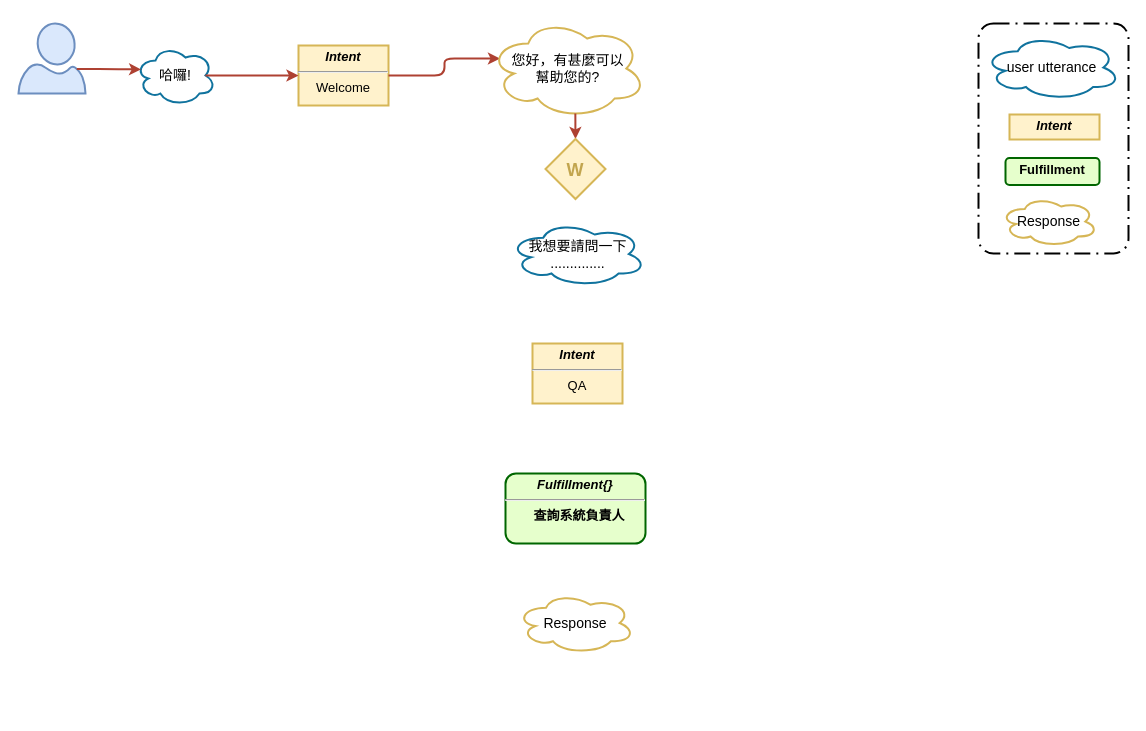
shihxuancheng/qa_bot keeps this draw.io diagram as page "whl_qa" (1 of 4) of resources/assets/qa_bot dialog flow.drawio. Above is the earlier version. Source tidied: cells renumbered, new cells numbered last; positions are measured from the earlier drawing's top-left corner, leaving out a move shared by most shapes. Both pictures are drawn from the tidied source at 100%, with x=0, y=0 at pixel (18, 18).
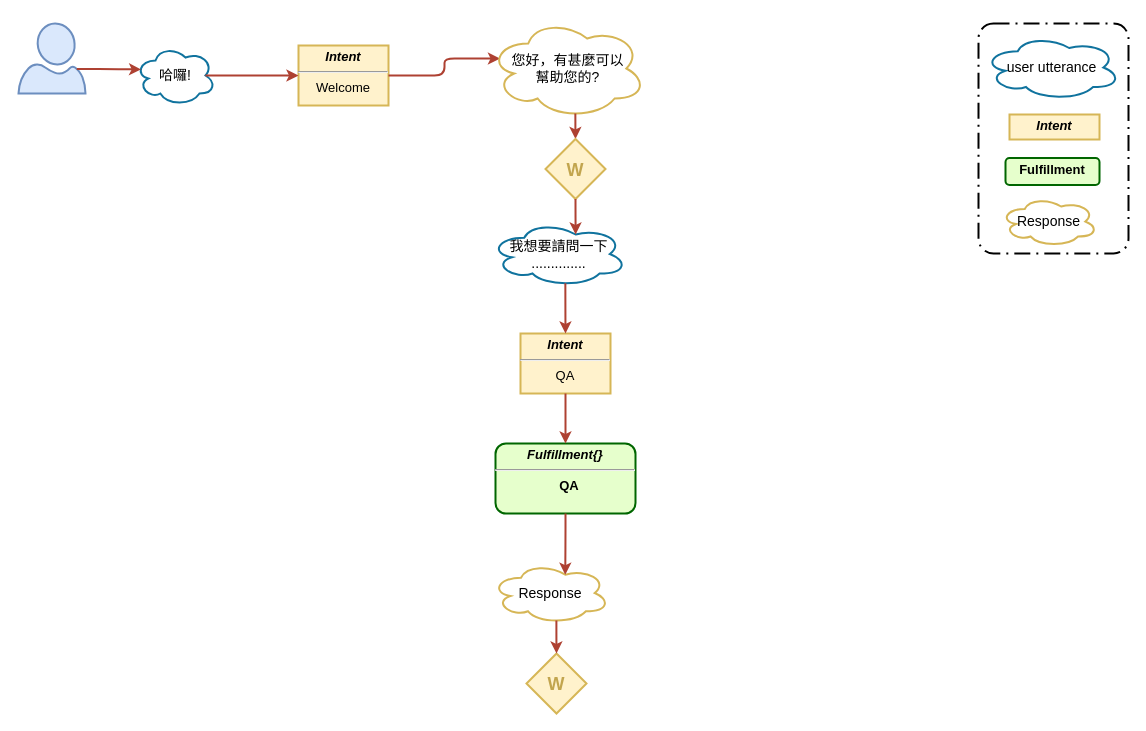
After the change.

Unchanged cells that the change refers to:
```xml
<mxCell id="15" value="&lt;p style=&quot;line-height: 100%; font-size: 18px;&quot;&gt;W&lt;/p&gt;" style="strokeWidth=2;html=1;shape=mxgraph.flowchart.decision;whiteSpace=wrap;shadow=0;fillColor=#fff2cc;fontSize=18;labelBorderColor=none;strokeColor=#d6b656;spacing=0;fontStyle=1;fontColor=#C2A54E;" parent="1" vertex="1">
  <mxGeometry x="527" y="120.5" width="60" height="60" as="geometry" />
</mxCell>
```

Change to the diagram source:
```diff
@@
     <mxCell id="16" value="我想要請問一下&lt;br&gt;.............." style="ellipse;shape=cloud;whiteSpace=wrap;html=1;rounded=0;shadow=0;glass=0;comic=0;strokeColor=#10739e;strokeWidth=2;fillColor=none;fontSize=14;" parent="1" vertex="1">
-      <mxGeometry x="490.5" y="203" width="137" height="65" as="geometry" />
+      <mxGeometry x="471.5" y="203" width="137" height="65" as="geometry" />
     </mxCell>
     <mxCell id="17" value="&lt;p style=&quot;margin: 4px 0px 0px ; font-size: 13px&quot;&gt;&lt;b style=&quot;font-size: 13px&quot;&gt;&lt;i style=&quot;font-size: 13px&quot;&gt;Intent&lt;/i&gt;&lt;/b&gt;&lt;/p&gt;&lt;hr style=&quot;font-size: 13px&quot;&gt;&lt;div style=&quot;height: 2px ; font-size: 13px&quot;&gt;QA&lt;/div&gt;" style="verticalAlign=top;align=center;overflow=fill;fontSize=13;fontFamily=Helvetica;html=1;fillColor=#fff2cc;strokeColor=#d6b656;strokeWidth=2;" parent="1" vertex="1">
-      <mxGeometry x="514" y="325" width="90" height="60" as="geometry" />
+      <mxGeometry x="502" y="315" width="90" height="60" as="geometry" />
     </mxCell>
-    <mxCell id="18" value="&lt;p style=&quot;margin: 4px 0px 0px ; font-size: 13px&quot;&gt;&lt;strong style=&quot;font-size: 13px&quot;&gt;&lt;i&gt;Fulfillment{}&lt;/i&gt;&lt;/strong&gt;&lt;/p&gt;&lt;hr style=&quot;font-size: 13px&quot;&gt;&lt;p style=&quot;margin: 0px 0px 0px 8px ; font-size: 13px&quot;&gt;查詢系統負責人&lt;/p&gt;" style="verticalAlign=middle;align=center;overflow=fill;fontSize=13;fontFamily=Helvetica;html=1;rounded=1;fontStyle=1;strokeWidth=2;fillColor=#E6FFCC;strokeColor=#006600;" parent="1" vertex="1">
-      <mxGeometry x="487" y="455" width="140" height="70" as="geometry" />
+    <mxCell id="18" value="&lt;p style=&quot;margin: 4px 0px 0px ; font-size: 13px&quot;&gt;&lt;strong style=&quot;font-size: 13px&quot;&gt;&lt;i&gt;Fulfillment{}&lt;/i&gt;&lt;/strong&gt;&lt;/p&gt;&lt;hr style=&quot;font-size: 13px&quot;&gt;&lt;p style=&quot;margin: 0px 0px 0px 8px ; font-size: 13px&quot;&gt;QA&lt;/p&gt;" style="verticalAlign=middle;align=center;overflow=fill;fontSize=13;fontFamily=Helvetica;html=1;rounded=1;fontStyle=1;strokeWidth=2;fillColor=#E6FFCC;strokeColor=#006600;" parent="1" vertex="1">
+      <mxGeometry x="477" y="425" width="140" height="70" as="geometry" />
     </mxCell>
     <mxCell id="19" value="Response" style="ellipse;shape=cloud;whiteSpace=wrap;html=1;rounded=0;shadow=0;glass=0;comic=0;strokeColor=#D6B656;strokeWidth=2;fillColor=none;fontSize=14;" parent="1" vertex="1">
-      <mxGeometry x="498" y="574" width="118" height="61" as="geometry" />
+      <mxGeometry x="473" y="544" width="118" height="61" as="geometry" />
     </mxCell>
+    <mxCell id="20" style="strokeColor=#AE4132;strokeWidth=2;exitX=0.5;exitY=1;exitDx=0;exitDy=0;entryX=0.625;entryY=0.2;entryDx=0;entryDy=0;rounded=1;edgeStyle=orthogonalEdgeStyle;fontSize=13;exitPerimeter=0;entryPerimeter=0;" parent="1" edge="1" source="15" target="16">
+      <mxGeometry relative="1" as="geometry" />
+    </mxCell>
+    <mxCell id="21" style="strokeColor=#AE4132;strokeWidth=2;exitX=0.55;exitY=0.95;exitDx=0;exitDy=0;entryX=0.5;entryY=0;entryDx=0;entryDy=0;rounded=1;edgeStyle=orthogonalEdgeStyle;fontSize=13;exitPerimeter=0;" parent="1" edge="1" source="16" target="17">
+      <mxGeometry relative="1" as="geometry" />
+    </mxCell>
+    <mxCell id="22" style="strokeColor=#AE4132;strokeWidth=2;exitX=0.5;exitY=1;exitDx=0;exitDy=0;rounded=1;edgeStyle=orthogonalEdgeStyle;fontSize=13;" parent="1" edge="1" source="17" target="18">
+      <mxGeometry relative="1" as="geometry" />
+    </mxCell>
+    <mxCell id="23" style="strokeColor=#AE4132;strokeWidth=2;exitX=0.5;exitY=1;exitDx=0;exitDy=0;entryX=0.625;entryY=0.2;entryDx=0;entryDy=0;rounded=1;edgeStyle=orthogonalEdgeStyle;fontSize=13;entryPerimeter=0;" parent="1" edge="1" source="18" target="19">
+      <mxGeometry relative="1" as="geometry" />
+    </mxCell>
+    <mxCell id="24" value="&lt;p style=&quot;line-height: 100%; font-size: 18px;&quot;&gt;W&lt;/p&gt;" style="strokeWidth=2;html=1;shape=mxgraph.flowchart.decision;whiteSpace=wrap;shadow=0;fillColor=#fff2cc;fontSize=18;labelBorderColor=none;strokeColor=#d6b656;spacing=0;fontStyle=1;fontColor=#C2A54E;" parent="1" vertex="1">
+      <mxGeometry x="508" y="635" width="60" height="60" as="geometry" />
+    </mxCell>
+    <mxCell id="25" style="strokeColor=#AE4132;strokeWidth=2;exitX=0.55;exitY=0.95;exitDx=0;exitDy=0;entryX=0.5;entryY=0;entryDx=0;entryDy=0;rounded=1;edgeStyle=orthogonalEdgeStyle;fontSize=13;entryPerimeter=0;exitPerimeter=0;" parent="1" edge="1" source="19" target="24">
+      <mxGeometry relative="1" as="geometry" />
+    </mxCell>
```
